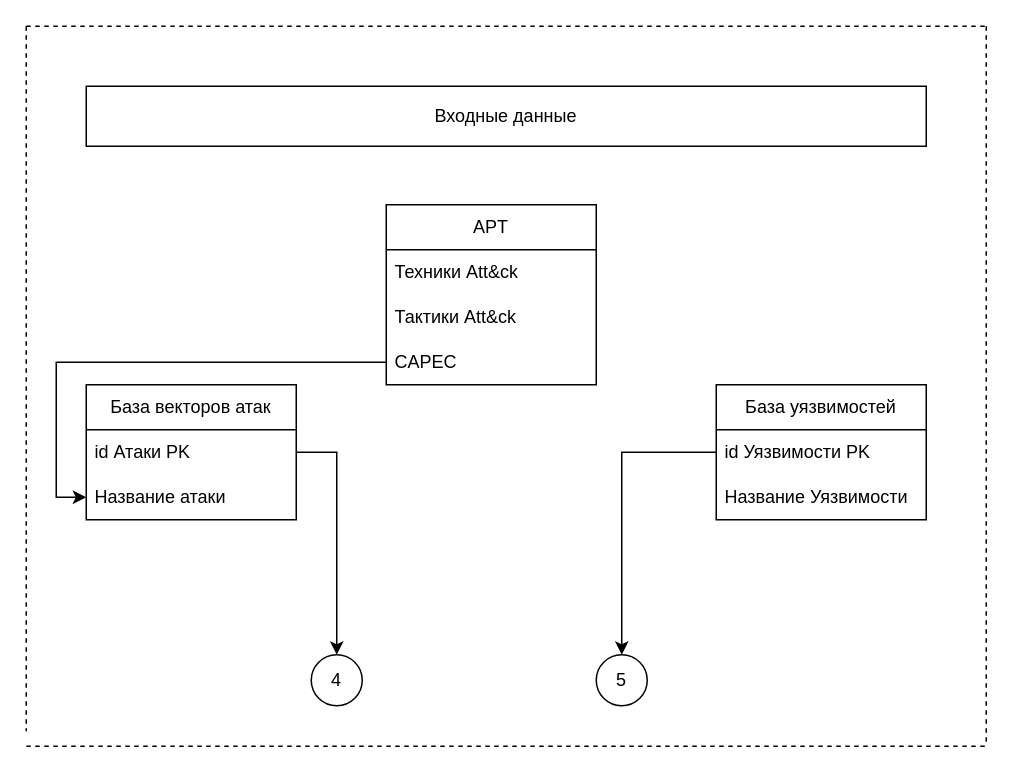
Above: Входные данные.drawio in SmirnovBogdan8/Diplom (draw.io), before the change. Source tidied: cells renumbered, new cells numbered last; positions are measured from the earlier drawing's top-left corner, leaving out a move shared by most shapes. Both pictures are drawn from the tidied source at 150%, with x=0, y=0 at pixel (26, 26).
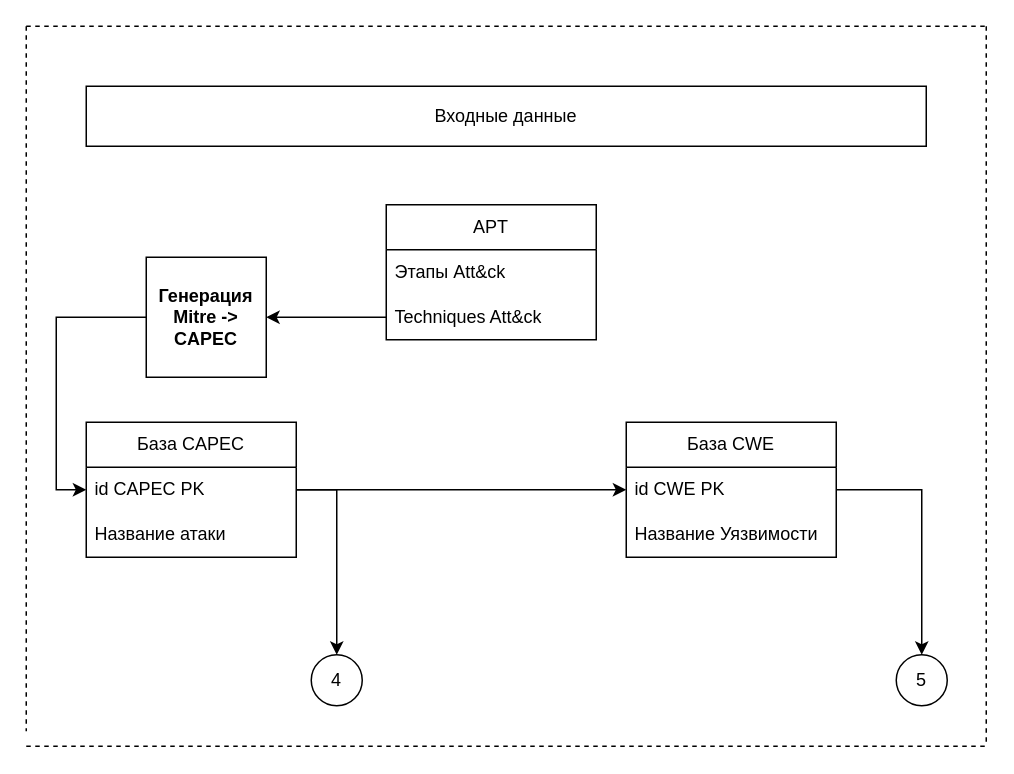
After the change.

The change refers to these unchanged cells:
```xml
<mxCell id="9" value="Название атаки" style="text;strokeColor=none;fillColor=none;align=left;verticalAlign=middle;spacingLeft=4;spacingRight=4;overflow=hidden;points=[[0,0.5],[1,0.5]];portConstraint=eastwest;whiteSpace=wrap;html=1;" parent="7" vertex="1">
  <mxGeometry y="60" width="140" height="30" as="geometry" />
</mxCell>
<mxCell id="14" value="4" style="ellipse;whiteSpace=wrap;html=1;" parent="1" vertex="1">
  <mxGeometry x="190" y="419" width="34" height="34" as="geometry" />
</mxCell>
```

Change to the diagram source:
```diff
@@
-    <mxCell id="7" value="База векторов атак" style="swimlane;fontStyle=0;horizontal=1;startSize=30;whiteSpace=wrap;html=1;" parent="1" vertex="1">
-      <mxGeometry x="40" y="239" width="140" height="90" as="geometry" />
+    <mxCell id="7" value="База CAPEC" style="swimlane;fontStyle=0;horizontal=1;startSize=30;whiteSpace=wrap;html=1;" parent="1" vertex="1">
+      <mxGeometry x="40" y="264" width="140" height="90" as="geometry" />
     </mxCell>
-    <mxCell id="8" value="id Атаки PK" style="text;strokeColor=none;fillColor=none;align=left;verticalAlign=middle;spacingLeft=4;spacingRight=4;overflow=hidden;points=[[0,0.5],[1,0.5]];portConstraint=eastwest;whiteSpace=wrap;html=1;" parent="7" vertex="1">
+    <mxCell id="8" value="id CAPEC PK" style="text;strokeColor=none;fillColor=none;align=left;verticalAlign=middle;spacingLeft=4;spacingRight=4;overflow=hidden;points=[[0,0.5],[1,0.5]];portConstraint=eastwest;whiteSpace=wrap;html=1;" parent="7" vertex="1">
       <mxGeometry y="30" width="140" height="30" as="geometry" />
     </mxCell>
@@
-    <mxCell id="10" value="База уязвимостей" style="swimlane;fontStyle=0;horizontal=1;startSize=30;whiteSpace=wrap;html=1;" parent="1" vertex="1">
-      <mxGeometry x="460" y="239" width="140" height="90" as="geometry" />
+    <mxCell id="10" value="База CWE" style="swimlane;fontStyle=0;horizontal=1;startSize=30;whiteSpace=wrap;html=1;" parent="1" vertex="1">
+      <mxGeometry x="400" y="264" width="140" height="90" as="geometry" />
     </mxCell>
-    <mxCell id="11" value="id Уязвимости PK" style="text;strokeColor=none;fillColor=none;align=left;verticalAlign=middle;spacingLeft=4;spacingRight=4;overflow=hidden;points=[[0,0.5],[1,0.5]];portConstraint=eastwest;whiteSpace=wrap;html=1;" parent="10" vertex="1">
+    <mxCell id="11" value="id CWE PK" style="text;strokeColor=none;fillColor=none;align=left;verticalAlign=middle;spacingLeft=4;spacingRight=4;overflow=hidden;points=[[0,0.5],[1,0.5]];portConstraint=eastwest;whiteSpace=wrap;html=1;" parent="10" vertex="1">
       <mxGeometry y="30" width="140" height="30" as="geometry" />
     </mxCell>
@@
     <mxCell id="13" value="5" style="ellipse;whiteSpace=wrap;html=1;" parent="1" vertex="1">
-      <mxGeometry x="380" y="419" width="34" height="34" as="geometry" />
+      <mxGeometry x="580" y="419" width="34" height="34" as="geometry" />
     </mxCell>
@@
-    <mxCell id="15" style="edgeStyle=orthogonalEdgeStyle;rounded=0;jettySize=auto;html=1;entryX=0.5;entryY=0;entryDx=0;entryDy=0;" parent="1" edge="1" source="8" target="14">
-      <mxGeometry relative="1" as="geometry" />
-    </mxCell>
-    <mxCell id="16" style="edgeStyle=orthogonalEdgeStyle;rounded=0;jettySize=auto;html=1;exitX=0;exitY=0.5;exitDx=0;exitDy=0;entryX=0.5;entryY=0;entryDx=0;entryDy=0;" parent="1" edge="1" source="11" target="13">
-      <mxGeometry relative="1" as="geometry" />
-    </mxCell>
     <mxCell id="17" value="APT" style="swimlane;fontStyle=0;horizontal=1;startSize=30;whiteSpace=wrap;html=1;" parent="1" vertex="1">
-      <mxGeometry x="240" y="119" width="140" height="120" as="geometry" />
+      <mxGeometry x="240" y="119" width="140" height="90" as="geometry" />
     </mxCell>
-    <mxCell id="18" value="Техники Att&amp;amp;ck" style="text;strokeColor=none;fillColor=none;align=left;verticalAlign=middle;spacingLeft=4;spacingRight=4;overflow=hidden;whiteSpace=wrap;html=1;" parent="17" vertex="1">
+    <mxCell id="18" value="Этапы Att&amp;amp;ck" style="text;strokeColor=none;fillColor=none;align=left;verticalAlign=middle;spacingLeft=4;spacingRight=4;overflow=hidden;whiteSpace=wrap;html=1;" parent="17" vertex="1">
       <mxGeometry y="30" width="140" height="30" as="geometry" />
     </mxCell>
-    <mxCell id="19" value="Тактики Att&amp;amp;ck" style="text;strokeColor=none;fillColor=none;align=left;verticalAlign=middle;spacingLeft=4;spacingRight=4;overflow=hidden;points=[[0,0.5],[1,0.5]];portConstraint=eastwest;whiteSpace=wrap;html=1;" parent="17" vertex="1">
+    <mxCell id="19" value="Techniques Att&amp;amp;ck" style="text;strokeColor=none;fillColor=none;align=left;verticalAlign=middle;spacingLeft=4;spacingRight=4;overflow=hidden;points=[[0,0.5],[1,0.5]];portConstraint=eastwest;whiteSpace=wrap;html=1;" parent="17" vertex="1">
       <mxGeometry y="60" width="140" height="30" as="geometry" />
     </mxCell>
-    <mxCell id="20" value="CAPEC" style="text;strokeColor=none;fillColor=none;align=left;verticalAlign=middle;spacingLeft=4;spacingRight=4;overflow=hidden;points=[[0,0.5],[1,0.5]];portConstraint=eastwest;whiteSpace=wrap;html=1;" parent="17" vertex="1">
-      <mxGeometry y="90" width="140" height="30" as="geometry" />
-    </mxCell>
-    <mxCell id="21" style="edgeStyle=orthogonalEdgeStyle;rounded=0;jettySize=auto;html=1;entryX=0;entryY=0.5;entryDx=0;entryDy=0;" parent="1" edge="1" source="20" target="9">
-      <mxGeometry relative="1" as="geometry" />
-    </mxCell>
+    <mxCell id="22" style="edgeStyle=orthogonalEdgeStyle;rounded=0;jettySize=auto;html=1;exitX=0;exitY=0.5;exitDx=0;exitDy=0;entryX=0;entryY=0.5;entryDx=0;entryDy=0;" parent="1" edge="1" source="23" target="8">
+      <mxGeometry relative="1" as="geometry" />
+    </mxCell>
+    <mxCell id="23" value="&lt;b&gt;Генерация Mitre -&amp;gt; CAPEC&lt;/b&gt;" style="whiteSpace=wrap;html=1;" parent="1" vertex="1">
+      <mxGeometry x="80" y="154" width="80" height="80" as="geometry" />
+    </mxCell>
+    <mxCell id="24" style="edgeStyle=orthogonalEdgeStyle;rounded=0;jettySize=auto;html=1;exitX=0;exitY=0.5;exitDx=0;exitDy=0;entryX=1;entryY=0.5;entryDx=0;entryDy=0;" parent="1" edge="1" source="19" target="23">
+      <mxGeometry relative="1" as="geometry" />
+    </mxCell>
+    <mxCell id="15" style="edgeStyle=orthogonalEdgeStyle;rounded=0;jettySize=auto;html=1;entryX=0.5;entryY=0;entryDx=0;entryDy=0;" parent="1" edge="1" source="8" target="14">
+      <mxGeometry relative="1" as="geometry" />
+    </mxCell>
+    <mxCell id="16" style="edgeStyle=orthogonalEdgeStyle;rounded=0;jettySize=auto;html=1;exitX=1;exitY=0.5;exitDx=0;exitDy=0;entryX=0.5;entryY=0;entryDx=0;entryDy=0;" parent="1" edge="1" source="11" target="13">
+      <mxGeometry relative="1" as="geometry" />
+    </mxCell>
+    <mxCell id="25" style="edgeStyle=orthogonalEdgeStyle;rounded=0;jettySize=auto;html=1;exitX=1;exitY=0.5;exitDx=0;exitDy=0;entryX=0;entryY=0.5;entryDx=0;entryDy=0;" parent="1" edge="1" source="8" target="11">
+      <mxGeometry relative="1" as="geometry" />
+    </mxCell>
```
